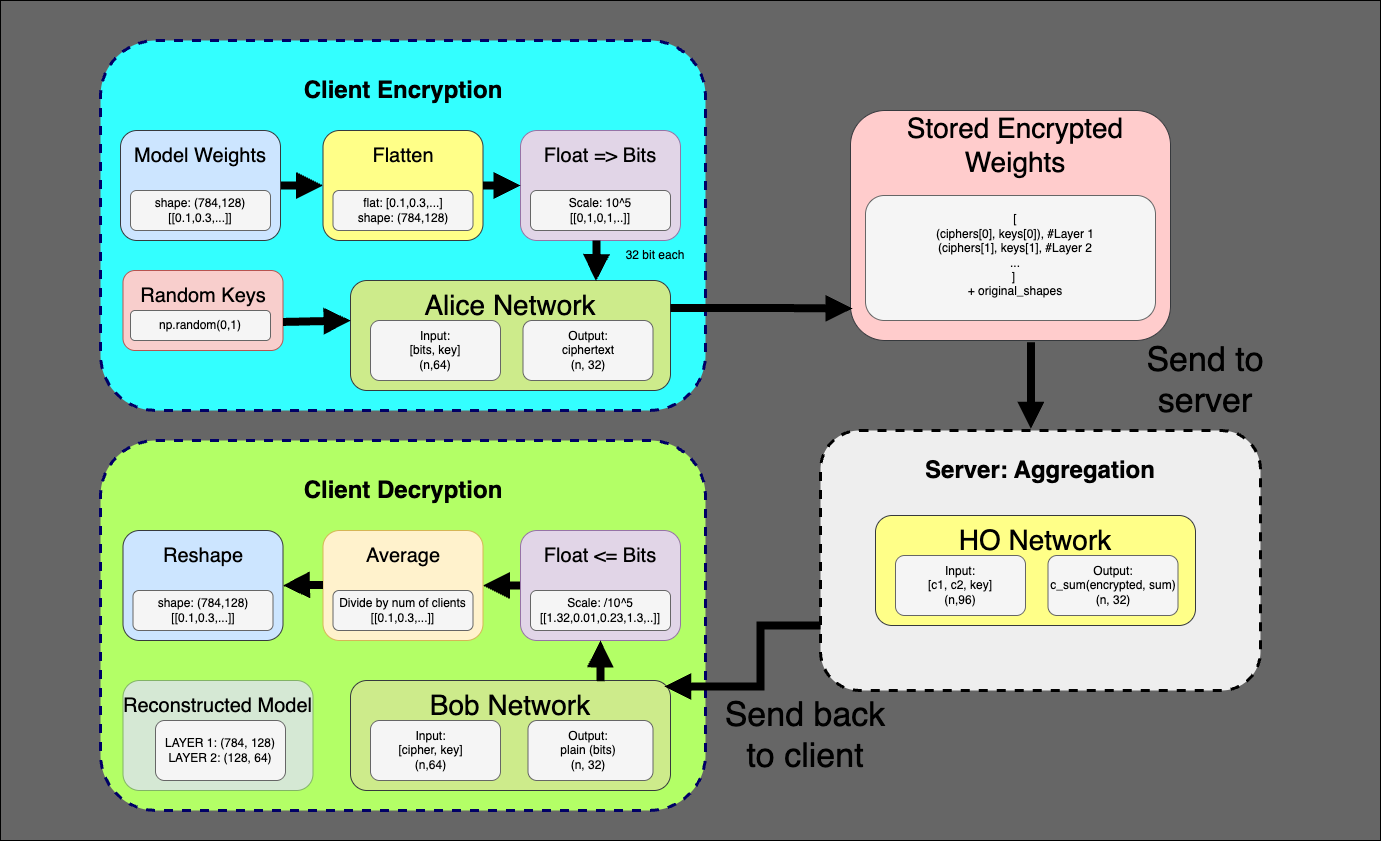
Above: readme_images/HO-Pipeline.png in Espes99/Neural-Homomorphic-Operation-System (draw.io), before the change. Source tidied: cells renumbered, new cells last; positions are measured from the earlier drawing's top-left corner, leaving out a move shared by most shapes.
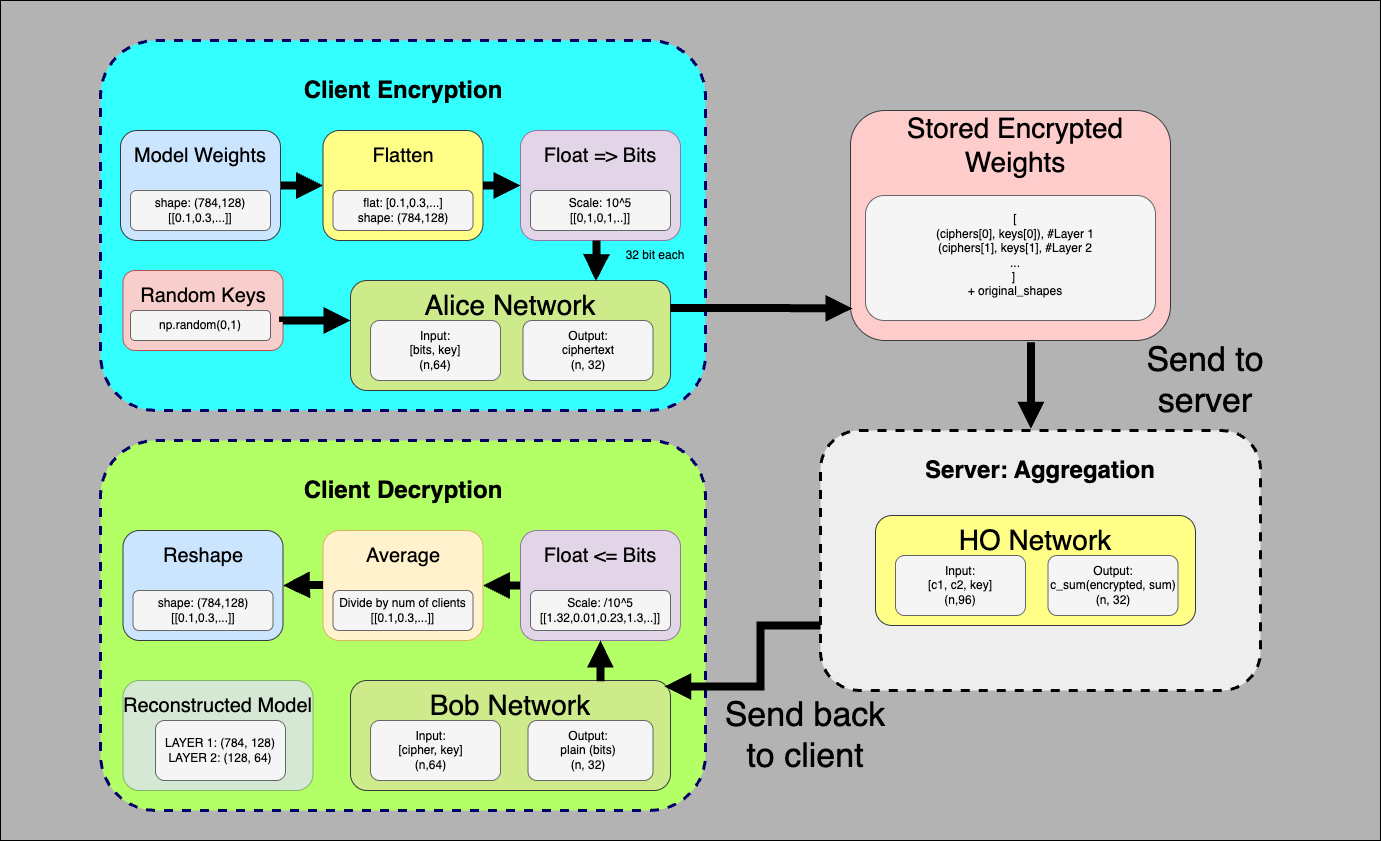
Later version of the same file.

The edit, as a diff of the source:
```diff
@@ -2,7 +2,7 @@
   <root>
     <mxCell id="0" />
     <mxCell id="1" parent="0" />
-    <mxCell id="2" style="rounded=0;whiteSpace=wrap;html=1;fillColor=#666666;" parent="1" vertex="1">
+    <mxCell id="2" style="rounded=0;whiteSpace=wrap;html=1;fillColor=#B3B3B3;" parent="1" vertex="1">
       <mxGeometry width="1380" height="840" as="geometry" />
     </mxCell>
     <mxCell id="3" style="edgeStyle=orthogonalEdgeStyle;rounded=0;jettySize=auto;html=1;exitX=0.564;exitY=1.008;exitDx=0;exitDy=0;entryX=0.46;entryY=-0.022;entryDx=0;entryDy=0;strokeWidth=8;entryPerimeter=0;exitPerimeter=0;endArrow=block;endFill=1;strokeColor=#000000;" parent="1" edge="1" source="44" target="32">
```
